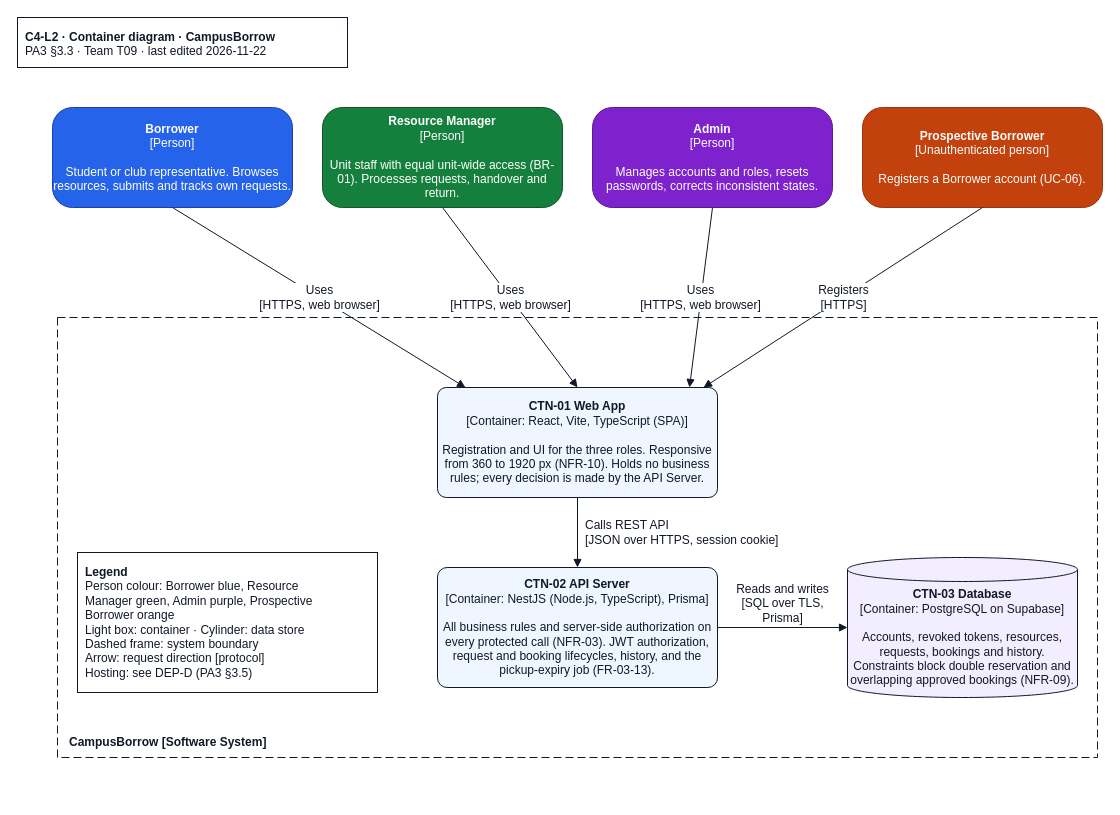
This is docs/design/diagrams/C4-L2_container.drawio from JuliaTrang/T09-CampusBorrow, a draw.io file, before an edit. Source tidied: cells renumbered, new cells numbered last; positions are measured from the earlier drawing's top-left corner, leaving out a move shared by most shapes. Both pictures are drawn from the tidied source at 100%, with x=0, y=0 at pixel (17, 17).
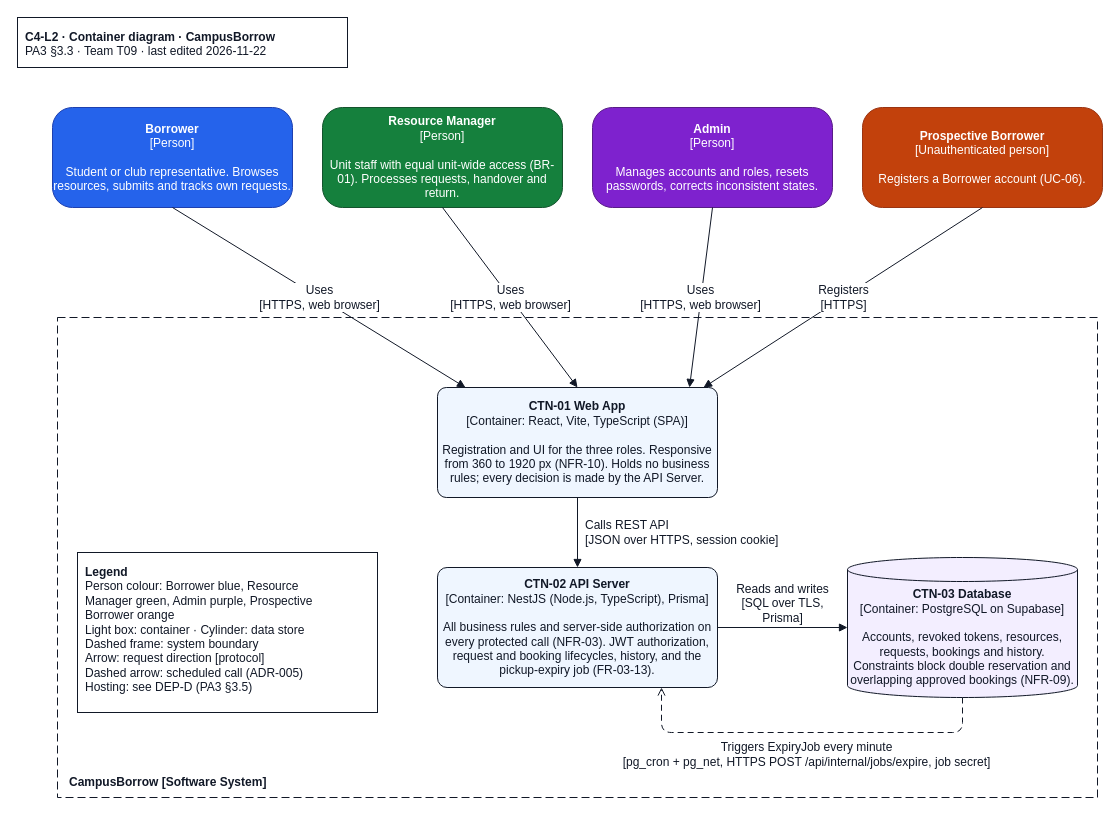
The same page after the edit.

The change refers to these unchanged cells:
```xml
<mxCell id="8" value="&lt;b&gt;CTN-02 API Server&lt;/b&gt;&lt;br&gt;[Container: NestJS (Node.js, TypeScript), Prisma]&lt;br&gt;&lt;br&gt;All business rules and server-side authorization on every protected call (NFR-03). JWT authorization, request and booking lifecycles, history, and the pickup-expiry job (FR-03-13)." style="rounded=1;arcSize=8;whiteSpace=wrap;html=1;fontFamily=Arial;fontSize=12;fillColor=#EFF6FF;strokeColor=#111827;fontColor=#111827;" parent="6" vertex="1">
  <mxGeometry x="380" y="250" width="280" height="120" as="geometry" />
</mxCell>
<mxCell id="9" value="&lt;b&gt;CTN-03 Database&lt;/b&gt;&lt;br&gt;[Container: PostgreSQL on Supabase]&lt;br&gt;&lt;br&gt;Accounts, revoked tokens, resources, requests, bookings and history. Constraints block double reservation and overlapping approved bookings (NFR-09)." style="shape=cylinder3;whiteSpace=wrap;html=1;boundedLbl=1;backgroundOutline=1;size=12;fontFamily=Arial;fontSize=12;fillColor=#F3EEFF;strokeColor=#111827;fontColor=#111827;" parent="6" vertex="1">
  <mxGeometry x="790" y="240" width="230" height="140" as="geometry" />
</mxCell>
```

The edit, as a diff of the source:
```diff
@@
     <mxCell id="6" value="CampusBorrow [Software System]" style="rounded=0;whiteSpace=wrap;html=1;dashed=1;dashPattern=8 4;fillColor=none;strokeColor=#111827;fontFamily=Arial;fontSize=12;fontStyle=1;fontColor=#111827;verticalAlign=bottom;align=left;spacingLeft=10;spacingBottom=6;" parent="1" vertex="1">
-      <mxGeometry x="40" y="300" width="1040" height="440" as="geometry" />
+      <mxGeometry x="40" y="300" width="1040" height="480" as="geometry" />
     </mxCell>
@@
-    <mxCell id="10" value="&lt;b&gt;Legend&lt;/b&gt;&lt;br&gt;Person colour: Borrower blue, Resource&lt;br&gt;Manager green, Admin purple, Prospective&lt;br&gt;Borrower orange&lt;br&gt;Light box: container · Cylinder: data store&lt;br&gt;Dashed frame: system boundary&lt;br&gt;Arrow: request direction [protocol]&lt;br&gt;Hosting: see DEP-D (PA3 §3.5)" style="text;html=1;align=left;verticalAlign=top;fontFamily=Arial;fontSize=12;fontColor=#111827;strokeColor=#111827;fillColor=#FFFFFF;spacing=8;" parent="6" vertex="1">
-      <mxGeometry x="20" y="235" width="300" height="140" as="geometry" />
+    <mxCell id="10" value="&lt;b&gt;Legend&lt;/b&gt;&lt;br&gt;Person colour: Borrower blue, Resource&lt;br&gt;Manager green, Admin purple, Prospective&lt;br&gt;Borrower orange&lt;br&gt;Light box: container · Cylinder: data store&lt;br&gt;Dashed frame: system boundary&lt;br&gt;Arrow: request direction [protocol]&lt;br&gt;Dashed arrow: scheduled call (ADR-005)&lt;br&gt;Hosting: see DEP-D (PA3 §3.5)" style="text;html=1;align=left;verticalAlign=top;fontFamily=Arial;fontSize=12;fontColor=#111827;strokeColor=#111827;fillColor=#FFFFFF;spacing=8;" parent="6" vertex="1">
+      <mxGeometry x="20" y="235" width="300" height="160" as="geometry" />
     </mxCell>
@@
+    <mxCell id="18" value="Triggers ExpiryJob every minute&lt;br&gt;[pg_cron + pg_net, HTTPS POST /api/internal/jobs/expire, job secret]" style="edgeStyle=orthogonalEdgeStyle;rounded=1;html=1;dashed=1;dashPattern=6 4;strokeColor=#111827;fontFamily=Arial;fontSize=12;fontColor=#111827;endArrow=open;endFill=0;labelBackgroundColor=#FFFFFF;exitX=0.5;exitY=1;entryX=0.8;entryY=1;" parent="6" edge="1" source="9" target="8">
+      <mxGeometry y="22" relative="1" as="geometry">
+        <Array as="points">
+          <mxPoint x="905" y="415" />
+          <mxPoint x="604" y="415" />
+        </Array>
+      </mxGeometry>
+    </mxCell>
```
